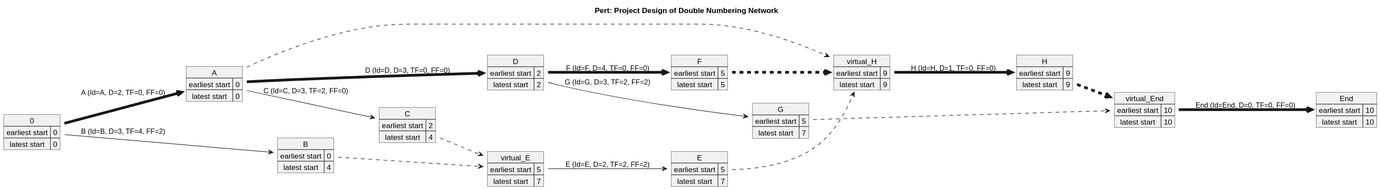
This is __temp__/PERT_dNN.svg from SCWM-P/PM_code_LLM_plantuml, a PlantUML export, as it was before one commit.
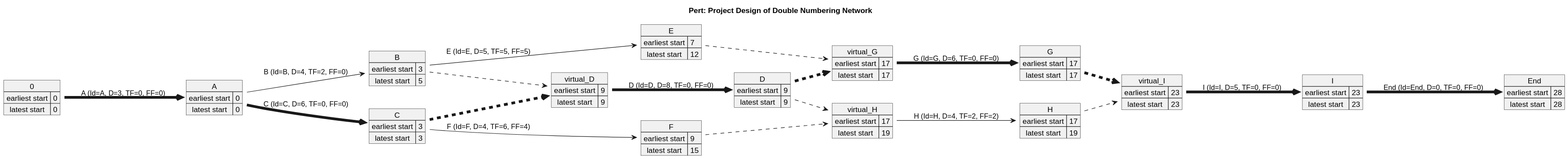
Later version of the same file.

Diff of the diagram source:
```diff
@@ -6,67 +6,77 @@
     latest start => 0
 }
 map End {
-    earliest start => 10
-    latest start => 10
+    earliest start => 28
+    latest start => 28
 }
 map A {
     earliest start => 0
     latest start => 0
 }
 map B {
-    earliest start => 0
-    latest start => 4
+    earliest start => 3
+    latest start => 5
 }
 map C {
-    earliest start => 2
-    latest start => 4
+    earliest start => 3
+    latest start => 3
 }
-map D {
-    earliest start => 2
-    latest start => 2
-}
-map virtual_E {
-    earliest start => 5
-    latest start => 7
-}
-map E {
-    earliest start => 5
-    latest start => 7
-}
-map F {
-    earliest start => 5
-    latest start => 5
-}
-map G {
-    earliest start => 5
-    latest start => 7
-}
-map virtual_H {
+map virtual_D {
     earliest start => 9
     latest start => 9
 }
-map H {
+map D {
     earliest start => 9
     latest start => 9
 }
-map virtual_End {
-    earliest start => 10
-    latest start => 10
+map E {
+    earliest start => 7
+    latest start => 12
 }
-0 -[thickness=5]-> A : A (Id=A, D=2, TF=0, FF=0)
-0 --> B : B (Id=B, D=3, TF=4, FF=2)
-A --> C : C (Id=C, D=3, TF=2, FF=0)
-A -[thickness=5]-> D : D (Id=D, D=3, TF=0, FF=0)
-B -[dashed]-> virtual_E
-C -[dashed]-> virtual_E
-virtual_E --> E : E (Id=E, D=2, TF=2, FF=2)
-D -[thickness=5]-> F : F (Id=F, D=4, TF=0, FF=0)
-D --> G : G (Id=G, D=3, TF=2, FF=2)
-A -[dashed]-> virtual_H
-E -[dashed]-> virtual_H
-F -[dashed,thickness=5]-> virtual_H
-virtual_H -[thickness=5]-> H : H (Id=H, D=1, TF=0, FF=0)
-G -[dashed]-> virtual_End
-H -[dashed,thickness=5]-> virtual_End
-virtual_End -[thickness=5]-> End : End (Id=End, D=0, TF=0, FF=0)
+map F {
+    earliest start => 9
+    latest start => 15
+}
+map virtual_G {
+    earliest start => 17
+    latest start => 17
+}
+map G {
+    earliest start => 17
+    latest start => 17
+}
+map virtual_H {
+    earliest start => 17
+    latest start => 19
+}
+map H {
+    earliest start => 17
+    latest start => 19
+}
+map virtual_I {
+    earliest start => 23
+    latest start => 23
+}
+map I {
+    earliest start => 23
+    latest start => 23
+}
+0 -[thickness=5]-> A : A (Id=A, D=3, TF=0, FF=0)
+A --> B : B (Id=B, D=4, TF=2, FF=0)
+A -[thickness=5]-> C : C (Id=C, D=6, TF=0, FF=0)
+B -[dashed]-> virtual_D
+C -[dashed,thickness=5]-> virtual_D
+virtual_D -[thickness=5]-> D : D (Id=D, D=8, TF=0, FF=0)
+B --> E : E (Id=E, D=5, TF=5, FF=5)
+C --> F : F (Id=F, D=4, TF=6, FF=4)
+D -[dashed,thickness=5]-> virtual_G
+E -[dashed]-> virtual_G
+virtual_G -[thickness=5]-> G : G (Id=G, D=6, TF=0, FF=0)
+D -[dashed]-> virtual_H
+F -[dashed]-> virtual_H
+virtual_H --> H : H (Id=H, D=4, TF=2, FF=2)
+G -[dashed,thickness=5]-> virtual_I
+H -[dashed]-> virtual_I
+virtual_I -[thickness=5]-> I : I (Id=I, D=5, TF=0, FF=0)
+I -[thickness=5]-> End : End (Id=End, D=0, TF=0, FF=0)
 @enduml
```
